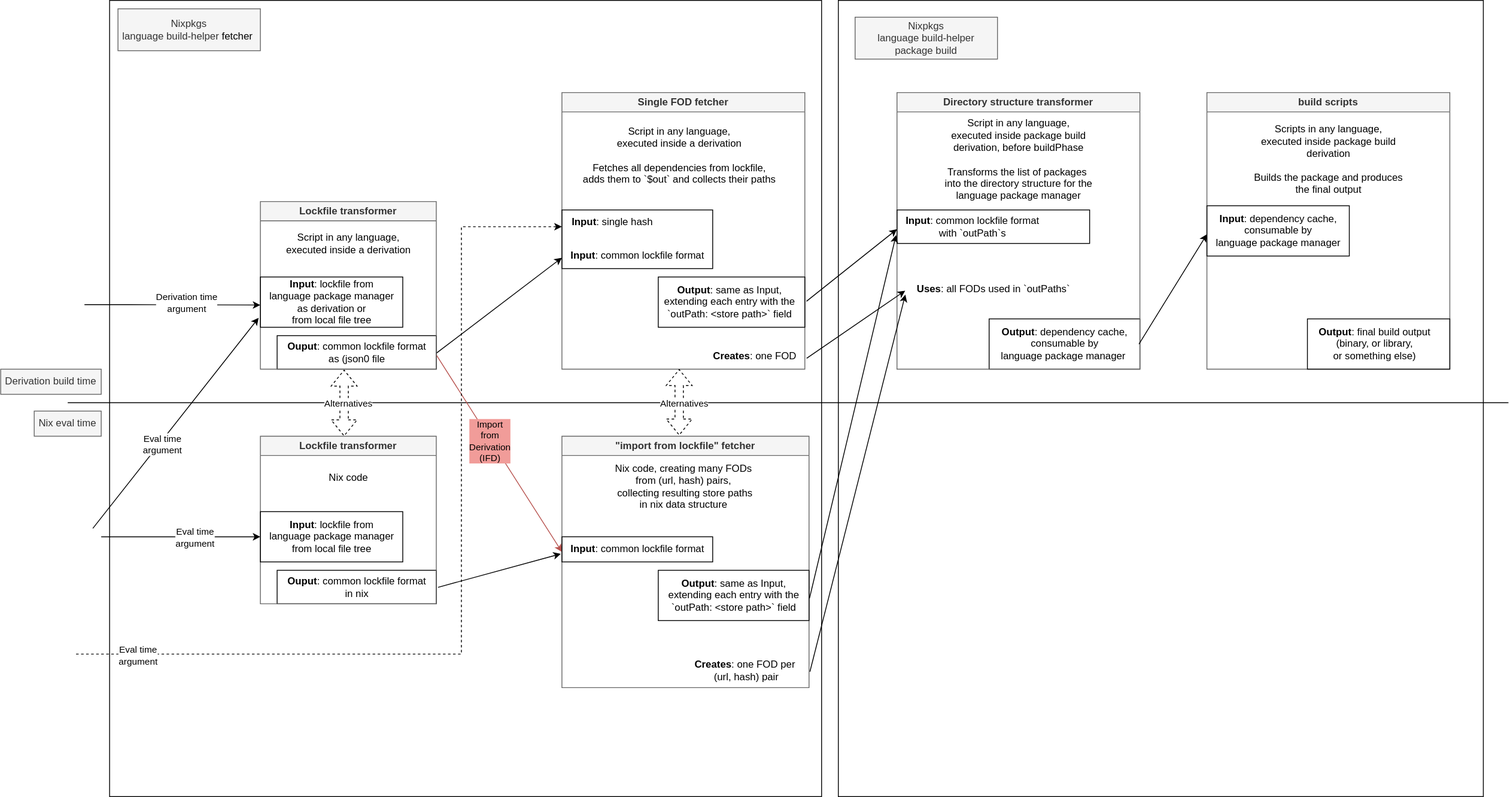
Before: pkgs/build-support/deno/fetch-deno-deps/builder-architecture.drawio.svg, a diagram exported from draw.io (aMOPel/nixpkgs). Source tidied: cells renumbered, new cells last; positions are measured from the earlier drawing's top-left corner, leaving out a move shared by most shapes.
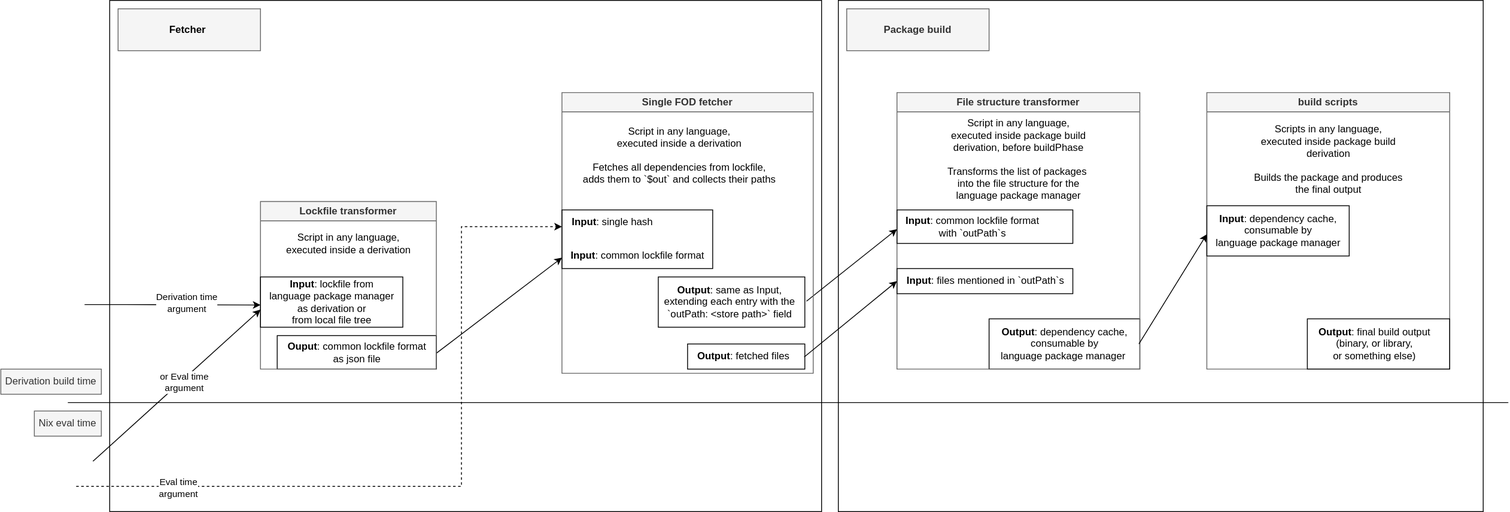
Above is the later version.

Diff of the diagram source:
```diff
@@ -3,10 +3,10 @@
     <mxCell id="0" />
     <mxCell id="1" parent="0" />
     <mxCell id="2" style="rounded=0;whiteSpace=wrap;html=1;fillColor=none;" parent="1" vertex="1">
-      <mxGeometry x="1000" width="770" height="950" as="geometry" />
+      <mxGeometry x="1000" width="770" height="610" as="geometry" />
     </mxCell>
     <mxCell id="3" style="rounded=0;whiteSpace=wrap;html=1;fillColor=none;" parent="1" vertex="1">
-      <mxGeometry x="130" width="850" height="950" as="geometry" />
+      <mxGeometry x="130" width="850" height="610" as="geometry" />
     </mxCell>
     <mxCell id="4" style="rounded=0;whiteSpace=wrap;html=1;fillColor=none;" parent="1" vertex="1">
       <mxGeometry x="1180" y="380" width="180" height="60" as="geometry" />
@@ -26,20 +26,9 @@
     <mxCell id="8" value="Derivation build time" style="text;html=1;align=center;verticalAlign=middle;whiteSpace=wrap;rounded=0;fillColor=#f5f5f5;fontColor=#333333;strokeColor=#666666;" parent="1" vertex="1">
       <mxGeometry y="440" width="120" height="30" as="geometry" />
     </mxCell>
-    <mxCell id="9" value="Nixpkgs &lt;br&gt;language build-helper&amp;nbsp;&lt;span style=&quot;background-color: transparent; color: light-dark(rgb(0, 0, 0), rgb(255, 255, 255));&quot;&gt;fetcher&amp;nbsp;&lt;/span&gt;" style="text;html=1;align=center;verticalAlign=middle;whiteSpace=wrap;rounded=0;fillColor=#f5f5f5;fontColor=#333333;strokeColor=#666666;" parent="1" vertex="1">
+    <mxCell id="9" value="&lt;span style=&quot;background-color: transparent;&quot;&gt;&lt;font style=&quot;color: light-dark(rgb(0, 0, 0), rgb(0, 0, 0));&quot;&gt;&lt;b style=&quot;&quot;&gt;Fetcher&lt;/b&gt;&amp;nbsp;&lt;/font&gt;&lt;/span&gt;" style="text;html=1;align=center;verticalAlign=middle;whiteSpace=wrap;rounded=0;fillColor=#f5f5f5;fontColor=#333333;strokeColor=#666666;" parent="1" vertex="1">
       <mxGeometry x="140" y="10" width="170" height="50" as="geometry" />
     </mxCell>
-    <mxCell id="10" style="endArrow=classic;html=1;rounded=0;exitX=1;exitY=0.575;exitDx=0;exitDy=0;exitPerimeter=0;entryX=0;entryY=0.6;entryDx=0;entryDy=0;entryPerimeter=0;fillColor=#f8cecc;strokeColor=#b85450;" parent="1" edge="1" source="18" target="24">
-      <mxGeometry relative="1" as="geometry" />
-    </mxCell>
-    <mxCell id="11" value="Import&lt;br&gt;from&lt;br&gt;Derivation&lt;br&gt;(IFD)" style="edgeLabel;html=1;align=center;verticalAlign=middle;labelBackgroundColor=#F19C99;" parent="10" vertex="1">
-      <mxGeometry x="-0.14" y="-1" relative="1" as="geometry">
-        <mxPoint y="1" as="offset" />
-      </mxGeometry>
-    </mxCell>
-    <mxCell id="12" style="endArrow=classic;html=1;rounded=0;exitX=1.003;exitY=0.558;exitDx=0;exitDy=0;entryX=-0.006;entryY=0.75;entryDx=0;entryDy=0;exitPerimeter=0;entryPerimeter=0;" parent="1" edge="1" source="25" target="37">
-      <mxGeometry relative="1" as="geometry" />
-    </mxCell>
     <mxCell id="13" style="endArrow=classic;html=1;rounded=0;entryX=0;entryY=0.575;entryDx=0;entryDy=0;exitX=1.011;exitY=0.483;exitDx=0;exitDy=0;exitPerimeter=0;entryPerimeter=0;" parent="1" edge="1" source="32" target="37">
       <mxGeometry relative="1" as="geometry" />
     </mxCell>
@@ -55,33 +44,18 @@
     <mxCell id="17" value="&lt;b&gt;Input&lt;/b&gt;: lockfile from &lt;br&gt;language package manager&lt;br&gt;as derivation or &lt;br&gt;from local file tree" style="text;html=1;align=center;verticalAlign=middle;points=[];strokeColor=none;fillColor=none;" parent="15" vertex="1">
       <mxGeometry y="85" width="170" height="70" as="geometry" />
     </mxCell>
-    <mxCell id="18" value="&lt;b&gt;Ouput&lt;/b&gt;: common lockfile format&lt;br&gt;&lt;div&gt;as (json0 file&lt;/div&gt;" style="text;html=1;align=center;verticalAlign=middle;points=[];strokeColor=none;fillColor=none;" parent="15" vertex="1">
+    <mxCell id="18" value="&lt;b&gt;Ouput&lt;/b&gt;: common lockfile format&lt;br&gt;&lt;div&gt;as json file&lt;/div&gt;" style="text;html=1;align=center;verticalAlign=middle;points=[];strokeColor=none;fillColor=none;" parent="15" vertex="1">
       <mxGeometry x="20" y="160" width="190" height="40" as="geometry" />
     </mxCell>
     <mxCell id="19" value="Script in any language, &lt;br&gt;executed inside a derivation" style="text;html=1;align=center;verticalAlign=middle;strokeColor=none;fillColor=none;" parent="15" vertex="1">
       <mxGeometry x="20" y="30" width="170" height="40" as="geometry" />
     </mxCell>
-    <mxCell id="20" value="&quot;import from lockfile&quot;&amp;nbsp;fetcher" style="swimlane;whiteSpace=wrap;html=1;fillColor=#f5f5f5;fontColor=#333333;strokeColor=#666666;" parent="1" vertex="1">
-      <mxGeometry x="670" y="520" width="295" height="300" as="geometry" />
-    </mxCell>
-    <mxCell id="21" style="rounded=0;whiteSpace=wrap;html=1;fillColor=none;" parent="20" vertex="1">
-      <mxGeometry x="115" y="160" width="180" height="60" as="geometry" />
-    </mxCell>
-    <mxCell id="22" style="rounded=0;whiteSpace=wrap;html=1;fillColor=none;" parent="20" vertex="1">
-      <mxGeometry y="120" width="180" height="30" as="geometry" />
-    </mxCell>
-    <mxCell id="23" value="Nix code, creating many FODs &lt;br&gt;from&amp;nbsp;(url, hash) pairs,&lt;br&gt;&amp;nbsp;collecting resulting store paths&lt;br&gt;in nix data structure" style="text;html=1;align=center;verticalAlign=middle;strokeColor=none;fillColor=none;" parent="20" vertex="1">
-      <mxGeometry x="50" y="25" width="190" height="70" as="geometry" />
-    </mxCell>
-    <mxCell id="24" value="&lt;b&gt;Input&lt;/b&gt;: common lockfile format" style="text;html=1;align=center;verticalAlign=middle;points=[];strokeColor=none;fillColor=none;" parent="20" vertex="1">
-      <mxGeometry y="120" width="180" height="30" as="geometry" />
-    </mxCell>
-    <mxCell id="25" value="&lt;b&gt;Output&lt;/b&gt;: same as Input, &lt;br&gt;extending each entry with the &lt;br&gt;`outPath: &amp;lt;store path&amp;gt;` field" style="text;html=1;align=center;verticalAlign=middle;points=[];strokeColor=none;fillColor=none;" parent="20" vertex="1">
-      <mxGeometry x="115" y="160" width="180" height="60" as="geometry" />
-    </mxCell>
     <mxCell id="26" value="Single FOD fetcher" style="swimlane;whiteSpace=wrap;html=1;fillColor=#f5f5f5;fontColor=#333333;strokeColor=#666666;" parent="1" vertex="1">
-      <mxGeometry x="670" y="110" width="290" height="330" as="geometry" />
+      <mxGeometry x="670" y="110" width="300" height="335" as="geometry" />
     </mxCell>
+    <mxCell id="70" style="rounded=0;whiteSpace=wrap;html=1;fillColor=none;" parent="26" vertex="1">
+      <mxGeometry x="150" y="300" width="140" height="30" as="geometry" />
+    </mxCell>
     <mxCell id="27" style="rounded=0;whiteSpace=wrap;html=1;fillColor=none;" parent="26" vertex="1">
       <mxGeometry y="140" width="180" height="70" as="geometry" />
     </mxCell>
@@ -100,40 +74,43 @@
     <mxCell id="32" value="&lt;b&gt;Output&lt;/b&gt;: same as Input,&lt;br&gt;extending each entry with the&lt;br&gt;`outPath: &amp;lt;store path&amp;gt;` field" style="text;html=1;align=center;verticalAlign=middle;points=[];strokeColor=none;fillColor=none;" parent="26" vertex="1">
       <mxGeometry x="110" y="220" width="180" height="60" as="geometry" />
     </mxCell>
-    <mxCell id="33" value="&lt;b&gt;Creates&lt;/b&gt;: one FOD" style="text;html=1;align=center;verticalAlign=middle;points=[];strokeColor=none;fillColor=none;" parent="26" vertex="1">
-      <mxGeometry x="170" y="300" width="120" height="30" as="geometry" />
+    <mxCell id="33" value="&lt;b&gt;Output&lt;/b&gt;: fetched files" style="text;html=1;align=left;verticalAlign=middle;points=[];strokeColor=none;fillColor=none;" parent="26" vertex="1">
+      <mxGeometry x="160" y="300" width="130" height="30" as="geometry" />
     </mxCell>
-    <mxCell id="34" value="Directory structure&amp;nbsp;transformer" style="swimlane;whiteSpace=wrap;html=1;fillColor=#f5f5f5;fontColor=#333333;strokeColor=#666666;" parent="1" vertex="1">
+    <mxCell id="34" value="File structure&amp;nbsp;transformer" style="swimlane;whiteSpace=wrap;html=1;fillColor=#f5f5f5;fontColor=#333333;strokeColor=#666666;" parent="1" vertex="1">
       <mxGeometry x="1070" y="110" width="290" height="330" as="geometry" />
     </mxCell>
+    <mxCell id="71" style="rounded=0;whiteSpace=wrap;html=1;fillColor=none;" parent="34" vertex="1">
+      <mxGeometry y="210" width="210" height="30" as="geometry" />
+    </mxCell>
     <mxCell id="35" style="rounded=0;whiteSpace=wrap;html=1;fillColor=none;" parent="34" vertex="1">
-      <mxGeometry y="140" width="230" height="40" as="geometry" />
+      <mxGeometry y="140" width="210" height="40" as="geometry" />
     </mxCell>
-    <mxCell id="36" value="Script in any language,&lt;br&gt;executed inside package build&lt;br&gt;derivation, before buildPhase&lt;br&gt;&lt;div&gt;&lt;br&gt;Transforms the list of packages&amp;nbsp;&lt;/div&gt;&lt;div&gt;into the directory structure for the&lt;br&gt;language package manager&lt;br&gt;&lt;/div&gt;" style="text;html=1;align=center;verticalAlign=middle;strokeColor=none;fillColor=none;" parent="34" vertex="1">
-      <mxGeometry x="45" y="25" width="200" height="110" as="geometry" />
+    <mxCell id="36" value="Script in any language,&lt;br&gt;executed inside package build&lt;br&gt;derivation, before buildPhase&lt;br&gt;&lt;div&gt;&lt;br&gt;Transforms the list of packages&amp;nbsp;&lt;/div&gt;&lt;div&gt;into the file structure for the&lt;br&gt;language package manager&lt;br&gt;&lt;/div&gt;" style="text;html=1;align=center;verticalAlign=middle;strokeColor=none;fillColor=none;" parent="34" vertex="1">
+      <mxGeometry x="50" y="25" width="190" height="110" as="geometry" />
     </mxCell>
     <mxCell id="37" value="&lt;b&gt;Input&lt;/b&gt;: common lockfile format&lt;br&gt;with `outPath`s" style="text;html=1;align=center;verticalAlign=middle;points=[];strokeColor=none;fillColor=none;" parent="34" vertex="1">
       <mxGeometry y="140" width="180" height="40" as="geometry" />
     </mxCell>
-    <mxCell id="38" value="&lt;b&gt;Uses&lt;/b&gt;: all FODs used in `outPaths`" style="text;html=1;align=center;verticalAlign=middle;points=[];strokeColor=none;fillColor=none;" parent="34" vertex="1">
-      <mxGeometry x="10" y="220" width="210" height="30" as="geometry" />
+    <mxCell id="38" value="&lt;b&gt;Input&lt;/b&gt;:&amp;nbsp;files mentioned in `outPath`s" style="text;html=1;align=left;verticalAlign=middle;points=[];strokeColor=none;fillColor=none;" parent="34" vertex="1">
+      <mxGeometry x="10" y="210" width="210" height="30" as="geometry" />
     </mxCell>
     <mxCell id="39" value="&lt;b&gt;Output&lt;/b&gt;: dependency cache, &lt;br&gt;consumable by&lt;br&gt;language package manager&amp;nbsp;" style="text;html=1;align=center;verticalAlign=middle;points=[];strokeColor=none;fillColor=none;" parent="34" vertex="1">
       <mxGeometry x="110" y="270" width="180" height="60" as="geometry" />
     </mxCell>
     <mxCell id="40" style="endArrow=classic;html=1;rounded=0;edgeStyle=orthogonalEdgeStyle;entryX=-0.001;entryY=0.667;entryDx=0;entryDy=0;entryPerimeter=0;dashed=1;" parent="1" edge="1" target="30">
       <mxGeometry relative="1" as="geometry">
-        <mxPoint x="90" y="780" as="sourcePoint" />
+        <mxPoint x="90" y="580" as="sourcePoint" />
         <Array as="points">
-          <mxPoint x="90" y="780" />
-          <mxPoint x="550" y="780" />
+          <mxPoint x="90" y="580" />
+          <mxPoint x="550" y="580" />
           <mxPoint x="550" y="270" />
         </Array>
       </mxGeometry>
     </mxCell>
     <mxCell id="41" value="Eval time&lt;br&gt;argument" style="edgeLabel;html=1;align=center;verticalAlign=middle;" parent="40" vertex="1">
       <mxGeometry x="-0.95" y="-1" relative="1" as="geometry">
-        <mxPoint x="44" as="offset" />
+        <mxPoint x="97" as="offset" />
       </mxGeometry>
     </mxCell>
     <mxCell id="42" style="endArrow=classic;html=1;rounded=0;entryX=0;entryY=0.55;entryDx=0;entryDy=0;entryPerimeter=0;edgeStyle=orthogonalEdgeStyle;" parent="1" edge="1" target="17">
@@ -144,77 +121,17 @@
         </Array>
       </mxGeometry>
     </mxCell>
-    <mxCell id="43" style="endArrow=classic;html=1;rounded=0;exitX=1.018;exitY=0.567;exitDx=0;exitDy=0;exitPerimeter=0;entryX=-0.001;entryY=0.545;entryDx=0;entryDy=0;entryPerimeter=0;" parent="1" edge="1" source="33" target="38">
+    <mxCell id="43" style="endArrow=classic;html=1;rounded=0;exitX=0.994;exitY=0.52;exitDx=0;exitDy=0;exitPerimeter=0;entryX=0;entryY=0.5;entryDx=0;entryDy=0;" parent="1" edge="1" source="33" target="71">
       <mxGeometry relative="1" as="geometry" />
     </mxCell>
-    <mxCell id="44" style="endArrow=classic;html=1;rounded=0;exitX=1.007;exitY=0.525;exitDx=0;exitDy=0;exitPerimeter=0;entryX=0;entryY=0.7;entryDx=0;entryDy=0;entryPerimeter=0;" parent="1" edge="1" source="60" target="38">
-      <mxGeometry relative="1" as="geometry" />
-    </mxCell>
     <mxCell id="45" value="Derivation time&lt;br&gt;argument" style="edgeLabel;html=1;align=center;verticalAlign=middle;" parent="1" vertex="1">
       <mxGeometry x="225" y="360" as="geometry">
         <mxPoint x="-4" as="offset" />
       </mxGeometry>
     </mxCell>
-    <mxCell id="46" style="rounded=0;whiteSpace=wrap;html=1;fillColor=none;" parent="1" vertex="1">
-      <mxGeometry x="330" y="680" width="190" height="40" as="geometry" />
-    </mxCell>
-    <mxCell id="47" value="Lockfile&amp;nbsp;transformer" style="swimlane;whiteSpace=wrap;html=1;fillColor=#f5f5f5;fontColor=#333333;strokeColor=#666666;" parent="1" vertex="1">
-      <mxGeometry x="310" y="520" width="210" height="200" as="geometry" />
-    </mxCell>
-    <mxCell id="48" style="rounded=0;whiteSpace=wrap;html=1;fillColor=none;align=left;" parent="47" vertex="1">
-      <mxGeometry y="90" width="170" height="60" as="geometry" />
-    </mxCell>
-    <mxCell id="49" value="&lt;b&gt;Input&lt;/b&gt;: lockfile from &lt;br&gt;language package manager&lt;br&gt;from local file tree" style="text;html=1;align=center;verticalAlign=middle;strokeColor=none;fillColor=none;" parent="47" vertex="1">
-      <mxGeometry y="90" width="170" height="60" as="geometry" />
-    </mxCell>
-    <mxCell id="50" value="&lt;b&gt;Ouput&lt;/b&gt;: common lockfile format&lt;br&gt;&lt;div&gt;in nix&lt;/div&gt;" style="text;html=1;align=center;verticalAlign=middle;points=[];strokeColor=none;fillColor=none;" parent="47" vertex="1">
-      <mxGeometry x="20" y="160" width="190" height="40" as="geometry" />
-    </mxCell>
-    <mxCell id="51" value="Nix code" style="text;html=1;align=center;verticalAlign=middle;strokeColor=none;fillColor=none;" parent="47" vertex="1">
-      <mxGeometry x="70" y="35" width="70" height="30" as="geometry" />
-    </mxCell>
-    <mxCell id="52" style="endArrow=classic;html=1;rounded=0;exitX=1.011;exitY=0.508;exitDx=0;exitDy=0;exitPerimeter=0;entryX=-0.007;entryY=0.678;entryDx=0;entryDy=0;entryPerimeter=0;" parent="1" edge="1" source="50" target="24">
-      <mxGeometry relative="1" as="geometry" />
-    </mxCell>
-    <mxCell id="53" style="shape=flexArrow;endArrow=classic;startArrow=classic;html=1;rounded=0;exitX=0.476;exitY=0;exitDx=0;exitDy=0;exitPerimeter=0;entryX=0.421;entryY=1.018;entryDx=0;entryDy=0;entryPerimeter=0;dashed=1;" parent="1" edge="1" source="47" target="18">
-      <mxGeometry relative="1" as="geometry" />
-    </mxCell>
-    <mxCell id="54" value="Alternatives" style="edgeLabel;html=1;align=center;verticalAlign=middle;" parent="53" vertex="1">
-      <mxGeometry x="0.12" y="3" relative="1" as="geometry">
-        <mxPoint x="8" y="5" as="offset" />
-      </mxGeometry>
-    </mxCell>
-    <mxCell id="55" style="shape=flexArrow;endArrow=classic;startArrow=classic;html=1;rounded=0;exitX=0.476;exitY=0;exitDx=0;exitDy=0;exitPerimeter=0;entryX=0.421;entryY=1.018;entryDx=0;entryDy=0;entryPerimeter=0;dashed=1;" parent="1" edge="1">
-      <mxGeometry relative="1" as="geometry">
-        <mxPoint x="810" y="519" as="sourcePoint" />
-        <mxPoint x="810" y="440" as="targetPoint" />
-      </mxGeometry>
-    </mxCell>
-    <mxCell id="56" value="Alternatives" style="edgeLabel;html=1;align=center;verticalAlign=middle;" parent="55" vertex="1">
-      <mxGeometry x="0.12" y="3" relative="1" as="geometry">
-        <mxPoint x="8" y="5" as="offset" />
-      </mxGeometry>
-    </mxCell>
-    <mxCell id="57" value="Nixpkgs &lt;br&gt;language build-helper &lt;br&gt;package build" style="text;html=1;align=center;verticalAlign=middle;whiteSpace=wrap;rounded=0;fillColor=#f5f5f5;fontColor=#333333;strokeColor=#666666;" parent="1" vertex="1">
-      <mxGeometry x="1020" y="20" width="170" height="50" as="geometry" />
+    <mxCell id="57" value="&lt;b&gt;Package build&lt;/b&gt;" style="text;html=1;align=center;verticalAlign=middle;whiteSpace=wrap;rounded=0;fillColor=#f5f5f5;fontColor=#333333;strokeColor=#666666;" parent="1" vertex="1">
+      <mxGeometry x="1010" y="10" width="170" height="50" as="geometry" />
     </mxCell>
-    <mxCell id="58" style="endArrow=classic;html=1;rounded=0;entryX=0;entryY=0.55;entryDx=0;entryDy=0;entryPerimeter=0;edgeStyle=orthogonalEdgeStyle;" parent="1" edge="1">
-      <mxGeometry relative="1" as="geometry">
-        <mxPoint x="120" y="640" as="sourcePoint" />
-        <mxPoint x="310" y="640" as="targetPoint" />
-        <Array as="points">
-          <mxPoint x="150" y="640" />
-        </Array>
-      </mxGeometry>
-    </mxCell>
-    <mxCell id="59" value="Eval time&lt;br&gt;argument" style="edgeLabel;html=1;align=center;verticalAlign=middle;" parent="1" vertex="1">
-      <mxGeometry x="235" y="640" as="geometry">
-        <mxPoint x="-4" as="offset" />
-      </mxGeometry>
-    </mxCell>
-    <mxCell id="60" value="&lt;b&gt;Creates&lt;/b&gt;: one FOD per&amp;nbsp;&lt;br&gt;(url, hash) pair" style="text;html=1;align=center;verticalAlign=middle;points=[];strokeColor=none;fillColor=none;" parent="1" vertex="1">
-      <mxGeometry x="815" y="780" width="150" height="40" as="geometry" />
-    </mxCell>
     <mxCell id="61" value="build scripts" style="swimlane;whiteSpace=wrap;html=1;fillColor=#f5f5f5;fontColor=#333333;strokeColor=#666666;" parent="1" vertex="1">
       <mxGeometry x="1440" y="110" width="290" height="330" as="geometry" />
     </mxCell>
@@ -236,13 +153,13 @@
     <mxCell id="67" style="rounded=0;whiteSpace=wrap;html=1;fillColor=none;" parent="1" vertex="1">
       <mxGeometry x="1560" y="380" width="170" height="60" as="geometry" />
     </mxCell>
-    <mxCell id="68" style="endArrow=classic;html=1;rounded=0;entryX=-0.012;entryY=0.767;entryDx=0;entryDy=0;entryPerimeter=0;" parent="1" edge="1" target="17">
-      <mxGeometry relative="1" as="geometry">
-        <mxPoint x="110" y="630" as="sourcePoint" />
-      </mxGeometry>
-    </mxCell>
-    <mxCell id="69" value="Eval time&lt;br&gt;argument" style="edgeLabel;html=1;align=center;verticalAlign=middle;" parent="68" vertex="1">
-      <mxGeometry x="-0.19" y="-2" relative="1" as="geometry" />
-    </mxCell>
+    <mxCell id="72" style="endArrow=classic;html=1;rounded=0;entryX=0;entryY=0.629;entryDx=0;entryDy=0;entryPerimeter=0;" parent="1" edge="1" target="17">
+      <mxGeometry relative="1" as="geometry">
+        <mxPoint x="110" y="550" as="sourcePoint" />
+      </mxGeometry>
+    </mxCell>
+    <mxCell id="73" value="or Eval time&lt;br&gt;argument" style="edgeLabel;html=1;align=center;verticalAlign=middle;" parent="72" vertex="1">
+      <mxGeometry x="0.06" y="-3" relative="1" as="geometry" />
+    </mxCell>
   </root>
 </mxGraphModel>
```
